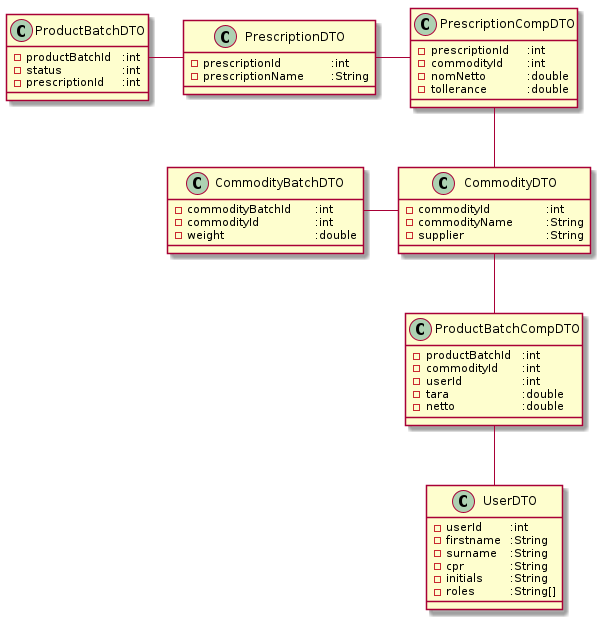
GRP25/CDIO_Final keeps this PlantUML diagram as UML/class/dto/dto.png. Above is the earlier version. Its diagram source:
```plantuml
@startuml
class "UserDTO" as brudto {
    - userId\t:int
    - firstname\t:String
    - surname\t:String
    - cpr\t\t:String
    - initials\t:String
    - roles\t\t:String[]
}

class "CommodityDTO" as rvadto {
    - commodityId\t\t:int
    - commodityName\t\t:String
    - supplier\t\t\t:String
}
class "CommodityBatchDTO" as rvbdto {
    - commodityBatchId\t:int
    - commodityId\t\t:int
    - weight\t\t\t:double
}

class "PrescriptionDTO" as recdto {
    - prescriptionId\t\t:int
    - prescriptionName\t:String
}

class "PrescriptionCompDTO" as rccdto {
    - prescriptionId\t:int
    - commodityId\t:int
    - nomNetto\t\t:double
    - tollerance\t\t:double

}

class "ProductBatchDTO" as prodto {
    - productBatchId\t:int
    - status\t\t:int
    - prescriptionId\t:int
}
class "ProductBatchCompDTO" as prcdto {
    - productBatchId\t:int
    - commodityId\t:int
    - userId\t\t:int
    - tara\t\t\t:double
    - netto\t\t\t:double

}
prcdto -d- brudto
prcdto -u- rvadto
rvbdto -r- rvadto
rccdto -l- recdto
rccdto -d- rvadto
recdto -l- prodto
@enduml
```
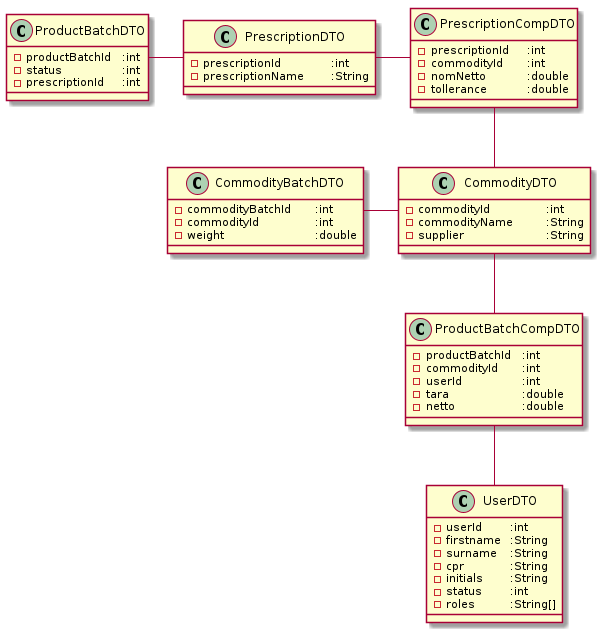
Above is the later version.

Change to the diagram source:
```diff
@@ -5,6 +5,7 @@
     - surname\t:String
     - cpr\t\t:String
     - initials\t:String
+    - status\t:int
     - roles\t\t:String[]
 }
 
```
